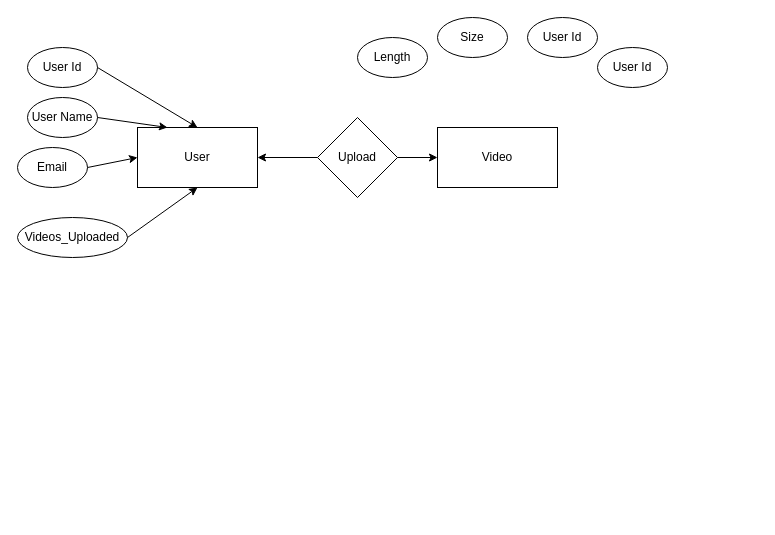
The draw.io diagram watch.drawio in adeelfeb/temp, before the edit. Source tidied: cells renumbered, new cells numbered last; positions are measured from the earlier drawing's top-left corner, leaving out a move shared by most shapes. Both pictures are drawn from the tidied source at 100%, with x=0, y=0 at pixel (17, 17).
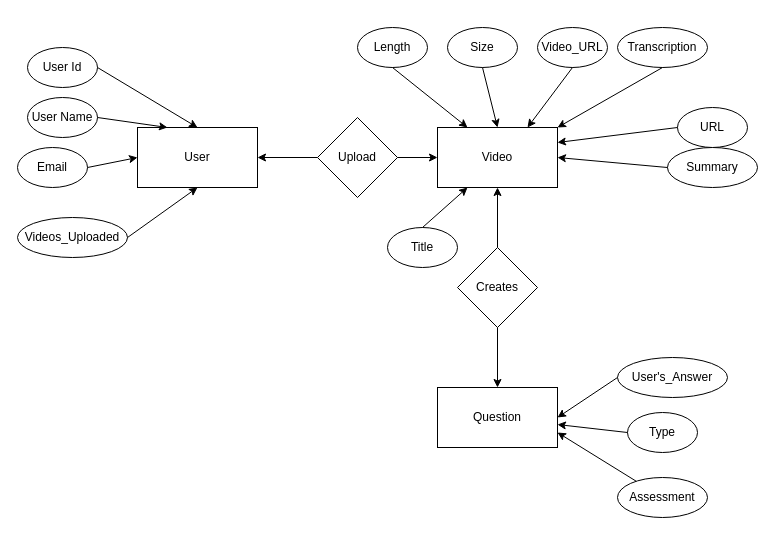
After the change.

Unchanged cells that the change refers to:
```xml
<mxCell id="12" value="Video" style="rounded=0;whiteSpace=wrap;html=1;" parent="1" vertex="1">
  <mxGeometry x="420" y="110" width="120" height="60" as="geometry" />
</mxCell>
```

Diff of the diagram source:
```diff
@@
     <mxCell id="15" value="Length" style="ellipse;whiteSpace=wrap;html=1;" parent="1" vertex="1">
-      <mxGeometry x="340" y="20" width="70" height="40" as="geometry" />
+      <mxGeometry x="340" y="10" width="70" height="40" as="geometry" />
     </mxCell>
-    <mxCell id="16" value="User Id" style="ellipse;whiteSpace=wrap;html=1;" parent="1" vertex="1">
-      <mxGeometry x="580" y="30" width="70" height="40" as="geometry" />
+    <mxCell id="16" value="Title" style="ellipse;whiteSpace=wrap;html=1;" parent="1" vertex="1">
+      <mxGeometry x="370" y="210" width="70" height="40" as="geometry" />
     </mxCell>
-    <mxCell id="17" value="User Id" style="ellipse;whiteSpace=wrap;html=1;" parent="1" vertex="1">
-      <mxGeometry x="510" width="70" height="40" as="geometry" />
+    <mxCell id="17" value="Video_URL" style="ellipse;whiteSpace=wrap;html=1;" parent="1" vertex="1">
+      <mxGeometry x="520" y="10" width="70" height="40" as="geometry" />
     </mxCell>
     <mxCell id="18" value="Size" style="ellipse;whiteSpace=wrap;html=1;" parent="1" vertex="1">
-      <mxGeometry x="420" width="70" height="40" as="geometry" />
+      <mxGeometry x="430" y="10" width="70" height="40" as="geometry" />
     </mxCell>
+    <mxCell id="19" style="endArrow=classic;html=1;rounded=0;entryX=0.25;entryY=0;entryDx=0;entryDy=0;exitX=0.5;exitY=1;exitDx=0;exitDy=0;" parent="1" edge="1" source="15" target="12">
+      <mxGeometry relative="1" as="geometry" />
+    </mxCell>
+    <mxCell id="20" style="endArrow=classic;html=1;rounded=0;entryX=0.5;entryY=0;entryDx=0;entryDy=0;exitX=0.5;exitY=1;exitDx=0;exitDy=0;" parent="1" edge="1" source="18" target="12">
+      <mxGeometry relative="1" as="geometry" />
+    </mxCell>
+    <mxCell id="21" style="endArrow=classic;html=1;rounded=0;entryX=0.75;entryY=0;entryDx=0;entryDy=0;exitX=0.5;exitY=1;exitDx=0;exitDy=0;" parent="1" edge="1" source="17" target="12">
+      <mxGeometry relative="1" as="geometry" />
+    </mxCell>
+    <mxCell id="22" style="endArrow=classic;html=1;rounded=0;exitX=0.5;exitY=0;exitDx=0;exitDy=0;entryX=0.25;entryY=1;entryDx=0;entryDy=0;" parent="1" edge="1" source="16" target="12">
+      <mxGeometry relative="1" as="geometry" />
+    </mxCell>
+    <mxCell id="23" value="Creates" style="rhombus;whiteSpace=wrap;html=1;" parent="1" vertex="1">
+      <mxGeometry x="440" y="230" width="80" height="80" as="geometry" />
+    </mxCell>
+    <mxCell id="24" style="endArrow=classic;html=1;rounded=0;exitX=0.5;exitY=0;exitDx=0;exitDy=0;entryX=0.5;entryY=1;entryDx=0;entryDy=0;" parent="1" edge="1" source="23" target="12">
+      <mxGeometry relative="1" as="geometry" />
+    </mxCell>
+    <mxCell id="25" value="URL" style="ellipse;whiteSpace=wrap;html=1;" parent="1" vertex="1">
+      <mxGeometry x="660" y="90" width="70" height="40" as="geometry" />
+    </mxCell>
+    <mxCell id="26" value="Transcription" style="ellipse;whiteSpace=wrap;html=1;" parent="1" vertex="1">
+      <mxGeometry x="600" y="10" width="90" height="40" as="geometry" />
+    </mxCell>
+    <mxCell id="27" style="endArrow=classic;html=1;rounded=0;entryX=1;entryY=0.25;entryDx=0;entryDy=0;exitX=0;exitY=0.5;exitDx=0;exitDy=0;" parent="1" edge="1" source="25" target="12">
+      <mxGeometry relative="1" as="geometry" />
+    </mxCell>
+    <mxCell id="28" style="endArrow=classic;html=1;rounded=0;entryX=1;entryY=0;entryDx=0;entryDy=0;exitX=0.5;exitY=1;exitDx=0;exitDy=0;" parent="1" edge="1" source="26" target="12">
+      <mxGeometry relative="1" as="geometry" />
+    </mxCell>
+    <mxCell id="29" style="endArrow=classic;html=1;rounded=0;exitX=0.5;exitY=1;exitDx=0;exitDy=0;" parent="1" edge="1" source="23" target="30">
+      <mxGeometry relative="1" as="geometry" />
+    </mxCell>
+    <mxCell id="30" value="Question" style="rounded=0;whiteSpace=wrap;html=1;" parent="1" vertex="1">
+      <mxGeometry x="420" y="370" width="120" height="60" as="geometry" />
+    </mxCell>
+    <mxCell id="31" value="User's_Answer" style="ellipse;whiteSpace=wrap;html=1;" parent="1" vertex="1">
+      <mxGeometry x="600" y="340" width="110" height="40" as="geometry" />
+    </mxCell>
+    <mxCell id="32" value="Type" style="ellipse;whiteSpace=wrap;html=1;" parent="1" vertex="1">
+      <mxGeometry x="610" y="395" width="70" height="40" as="geometry" />
+    </mxCell>
+    <mxCell id="33" style="endArrow=classic;html=1;rounded=0;entryX=1;entryY=0.5;entryDx=0;entryDy=0;exitX=0;exitY=0.5;exitDx=0;exitDy=0;" parent="1" edge="1" source="31" target="30">
+      <mxGeometry relative="1" as="geometry" />
+    </mxCell>
+    <mxCell id="34" style="endArrow=classic;html=1;rounded=0;entryX=1;entryY=0.617;entryDx=0;entryDy=0;entryPerimeter=0;exitX=0;exitY=0.5;exitDx=0;exitDy=0;" parent="1" edge="1" source="32" target="30">
+      <mxGeometry relative="1" as="geometry" />
+    </mxCell>
+    <mxCell id="35" value="Summary" style="ellipse;whiteSpace=wrap;html=1;" parent="1" vertex="1">
+      <mxGeometry x="650" y="130" width="90" height="40" as="geometry" />
+    </mxCell>
+    <mxCell id="36" style="endArrow=classic;html=1;rounded=0;entryX=1;entryY=0.5;entryDx=0;entryDy=0;exitX=0;exitY=0.5;exitDx=0;exitDy=0;" parent="1" edge="1" source="35" target="12">
+      <mxGeometry relative="1" as="geometry" />
+    </mxCell>
+    <mxCell id="37" value="Assessment" style="ellipse;whiteSpace=wrap;html=1;" parent="1" vertex="1">
+      <mxGeometry x="600" y="460" width="90" height="40" as="geometry" />
+    </mxCell>
+    <mxCell id="38" style="endArrow=classic;html=1;rounded=0;entryX=1;entryY=0.75;entryDx=0;entryDy=0;" parent="1" edge="1" source="37" target="30">
+      <mxGeometry relative="1" as="geometry" />
+    </mxCell>
```
